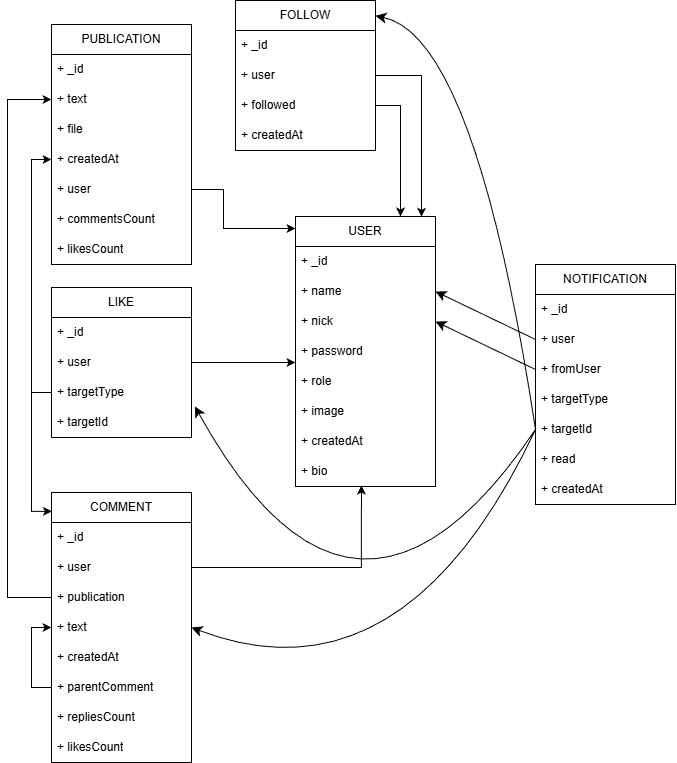
Before: api-rest/database/Diagram.drawio.png, a diagram exported from draw.io (Ezagu/red-social). Source tidied: cells renumbered, new cells last; positions are measured from the earlier drawing's top-left corner, leaving out a move shared by most shapes.
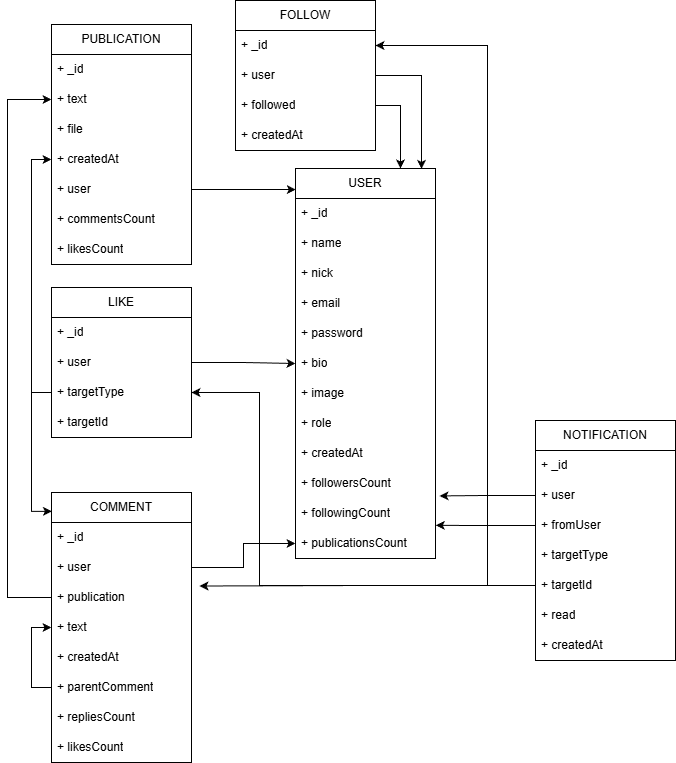
The same diagram one commit later.

What changed in the source:
```diff
@@ -3,7 +3,7 @@
     <mxCell id="0" />
     <mxCell id="1" parent="0" />
     <mxCell id="2" value="USER" style="swimlane;fontStyle=0;horizontal=1;startSize=30;whiteSpace=wrap;html=1;" parent="1" vertex="1">
-      <mxGeometry x="288" y="216" width="140" height="270" as="geometry" />
+      <mxGeometry x="288" y="168" width="140" height="390" as="geometry" />
     </mxCell>
     <mxCell id="3" value="+ _id" style="text;strokeColor=none;fillColor=none;align=left;verticalAlign=middle;spacingLeft=4;spacingRight=4;overflow=hidden;whiteSpace=wrap;html=1;" parent="2" vertex="1">
       <mxGeometry y="30" width="140" height="30" as="geometry" />
@@ -14,21 +14,33 @@
     <mxCell id="5" value="+ nick" style="text;strokeColor=none;fillColor=none;align=left;verticalAlign=middle;spacingLeft=4;spacingRight=4;overflow=hidden;points=[[0,0.5],[1,0.5]];portConstraint=eastwest;whiteSpace=wrap;html=1;" parent="2" vertex="1">
       <mxGeometry y="90" width="140" height="30" as="geometry" />
     </mxCell>
+    <mxCell id="61" value="+ email" style="text;strokeColor=none;fillColor=none;align=left;verticalAlign=middle;spacingLeft=4;spacingRight=4;overflow=hidden;whiteSpace=wrap;html=1;" parent="2" vertex="1">
+      <mxGeometry y="120" width="140" height="30" as="geometry" />
+    </mxCell>
     <mxCell id="6" value="+ password" style="text;strokeColor=none;fillColor=none;align=left;verticalAlign=middle;spacingLeft=4;spacingRight=4;overflow=hidden;points=[[0,0.5],[1,0.5]];portConstraint=eastwest;whiteSpace=wrap;html=1;" parent="2" vertex="1">
-      <mxGeometry y="120" width="140" height="30" as="geometry" />
+      <mxGeometry y="150" width="140" height="30" as="geometry" />
     </mxCell>
+    <mxCell id="10" value="+ bio" style="text;strokeColor=none;fillColor=none;align=left;verticalAlign=middle;spacingLeft=4;spacingRight=4;overflow=hidden;points=[[0,0.5],[1,0.5]];portConstraint=eastwest;whiteSpace=wrap;html=1;" parent="2" vertex="1">
+      <mxGeometry y="180" width="140" height="30" as="geometry" />
+    </mxCell>
+    <mxCell id="8" value="+ image" style="text;strokeColor=none;fillColor=none;align=left;verticalAlign=middle;spacingLeft=4;spacingRight=4;overflow=hidden;whiteSpace=wrap;html=1;" parent="2" vertex="1">
+      <mxGeometry y="210" width="140" height="30" as="geometry" />
+    </mxCell>
     <mxCell id="7" value="+ role" style="text;strokeColor=none;fillColor=none;align=left;verticalAlign=middle;spacingLeft=4;spacingRight=4;overflow=hidden;whiteSpace=wrap;html=1;" parent="2" vertex="1">
-      <mxGeometry y="150" width="140" height="30" as="geometry" />
+      <mxGeometry y="240" width="140" height="30" as="geometry" />
     </mxCell>
-    <mxCell id="8" value="+ image" style="text;strokeColor=none;fillColor=none;align=left;verticalAlign=middle;spacingLeft=4;spacingRight=4;overflow=hidden;whiteSpace=wrap;html=1;" parent="2" vertex="1">
-      <mxGeometry y="180" width="140" height="30" as="geometry" />
-    </mxCell>
     <mxCell id="9" value="+ createdAt" style="text;strokeColor=none;fillColor=none;align=left;verticalAlign=middle;spacingLeft=4;spacingRight=4;overflow=hidden;whiteSpace=wrap;html=1;" parent="2" vertex="1">
-      <mxGeometry y="210" width="140" height="30" as="geometry" />
+      <mxGeometry y="270" width="140" height="30" as="geometry" />
     </mxCell>
-    <mxCell id="10" value="+ bio" style="text;strokeColor=none;fillColor=none;align=left;verticalAlign=middle;spacingLeft=4;spacingRight=4;overflow=hidden;points=[[0,0.5],[1,0.5]];portConstraint=eastwest;whiteSpace=wrap;html=1;" parent="2" vertex="1">
-      <mxGeometry y="240" width="140" height="30" as="geometry" />
-    </mxCell>
+    <mxCell id="62" value="+ followersCount" style="text;strokeColor=none;fillColor=none;align=left;verticalAlign=middle;spacingLeft=4;spacingRight=4;overflow=hidden;whiteSpace=wrap;html=1;" parent="2" vertex="1">
+      <mxGeometry y="300" width="140" height="30" as="geometry" />
+    </mxCell>
+    <mxCell id="63" value="+ followingCount" style="text;strokeColor=none;fillColor=none;align=left;verticalAlign=middle;spacingLeft=4;spacingRight=4;overflow=hidden;points=[[0,0.5],[1,0.5]];portConstraint=eastwest;whiteSpace=wrap;html=1;" parent="2" vertex="1">
+      <mxGeometry y="330" width="140" height="30" as="geometry" />
+    </mxCell>
+    <mxCell id="64" value="+ publicationsCount" style="text;strokeColor=none;fillColor=none;align=left;verticalAlign=middle;spacingLeft=4;spacingRight=4;overflow=hidden;points=[[0,0.5],[1,0.5]];portConstraint=eastwest;whiteSpace=wrap;html=1;" parent="2" vertex="1">
+      <mxGeometry y="360" width="140" height="30" as="geometry" />
+    </mxCell>
     <mxCell id="11" value="PUBLICATION" style="swimlane;fontStyle=0;horizontal=1;startSize=30;whiteSpace=wrap;html=1;" parent="1" vertex="1">
       <mxGeometry x="44" y="24" width="140" height="240" as="geometry" />
     </mxCell>
@@ -125,19 +137,6 @@
     <mxCell id="42" style="edgeStyle=orthogonalEdgeStyle;rounded=0;jettySize=auto;html=1;entryX=0;entryY=0.5;entryDx=0;entryDy=0;" parent="1" edge="1" source="28" target="15">
       <mxGeometry relative="1" as="geometry" />
     </mxCell>
-    <mxCell id="43" style="edgeStyle=orthogonalEdgeStyle;rounded=0;jettySize=auto;html=1;exitX=1;exitY=0.5;exitDx=0;exitDy=0;" parent="1" edge="1" source="16">
-      <mxGeometry relative="1" as="geometry">
-        <mxPoint x="288" y="228" as="targetPoint" />
-        <Array as="points">
-          <mxPoint x="216" y="189" />
-          <mxPoint x="216" y="228" />
-          <mxPoint x="288" y="228" />
-        </Array>
-      </mxGeometry>
-    </mxCell>
-    <mxCell id="44" style="edgeStyle=orthogonalEdgeStyle;rounded=0;jettySize=auto;html=1;entryX=0.471;entryY=0.967;entryDx=0;entryDy=0;entryPerimeter=0;" parent="1" edge="1" source="33" target="10">
-      <mxGeometry relative="1" as="geometry" />
-    </mxCell>
     <mxCell id="45" style="edgeStyle=orthogonalEdgeStyle;rounded=0;jettySize=auto;html=1;entryX=0;entryY=0.5;entryDx=0;entryDy=0;" parent="1" edge="1" source="34" target="13">
       <mxGeometry relative="1" as="geometry">
         <Array as="points">
@@ -146,14 +145,11 @@
         </Array>
       </mxGeometry>
     </mxCell>
-    <mxCell id="46" style="edgeStyle=orthogonalEdgeStyle;rounded=0;jettySize=auto;html=1;exitX=1;exitY=0.5;exitDx=0;exitDy=0;entryX=0;entryY=0.867;entryDx=0;entryDy=0;entryPerimeter=0;" parent="1" edge="1" source="27" target="6">
-      <mxGeometry relative="1" as="geometry" />
-    </mxCell>
     <mxCell id="47" style="edgeStyle=orthogonalEdgeStyle;rounded=0;jettySize=auto;html=1;entryX=0.9;entryY=0.001;entryDx=0;entryDy=0;entryPerimeter=0;" parent="1" edge="1" source="21" target="2">
       <mxGeometry relative="1" as="geometry" />
     </mxCell>
     <mxCell id="48" value="NOTIFICATION" style="swimlane;fontStyle=0;horizontal=1;startSize=30;whiteSpace=wrap;html=1;" parent="1" vertex="1">
-      <mxGeometry x="528" y="264" width="140" height="240" as="geometry" />
+      <mxGeometry x="528" y="420" width="140" height="240" as="geometry" />
     </mxCell>
     <mxCell id="49" value="+ _id" style="text;strokeColor=none;fillColor=none;align=left;verticalAlign=middle;spacingLeft=4;spacingRight=4;overflow=hidden;whiteSpace=wrap;html=1;" parent="48" vertex="1">
       <mxGeometry y="30" width="140" height="30" as="geometry" />
@@ -176,32 +172,39 @@
     <mxCell id="55" value="+ createdAt" style="text;strokeColor=none;fillColor=none;align=left;verticalAlign=middle;spacingLeft=4;spacingRight=4;overflow=hidden;whiteSpace=wrap;html=1;" parent="48" vertex="1">
       <mxGeometry y="210" width="140" height="30" as="geometry" />
     </mxCell>
-    <mxCell id="56" style="endArrow=classic;html=1;rounded=0;fontSize=12;startSize=8;endSize=8;curved=1;exitX=0;exitY=0.5;exitDx=0;exitDy=0;entryX=1;entryY=0.5;entryDx=0;entryDy=0;" parent="1" edge="1" source="50" target="4">
-      <mxGeometry relative="1" as="geometry" />
-    </mxCell>
-    <mxCell id="57" style="edgeStyle=none;curved=1;rounded=0;jettySize=auto;html=1;entryX=1;entryY=0.5;entryDx=0;entryDy=0;fontSize=12;startSize=8;endSize=8;exitX=0;exitY=0.5;exitDx=0;exitDy=0;" parent="1" edge="1" source="51" target="5">
-      <mxGeometry relative="1" as="geometry" />
-    </mxCell>
-    <mxCell id="58" style="edgeStyle=none;curved=1;rounded=0;jettySize=auto;html=1;entryX=1;entryY=0.5;entryDx=0;entryDy=0;fontSize=12;startSize=8;endSize=8;exitX=0;exitY=0.5;exitDx=0;exitDy=0;" parent="1" edge="1" source="53" target="35">
-      <mxGeometry relative="1" as="geometry">
-        <Array as="points">
-          <mxPoint x="396" y="708" />
-        </Array>
-      </mxGeometry>
-    </mxCell>
-    <mxCell id="59" style="edgeStyle=none;curved=1;rounded=0;jettySize=auto;html=1;exitX=0;exitY=0.5;exitDx=0;exitDy=0;entryX=1;entryY=0.102;entryDx=0;entryDy=0;entryPerimeter=0;fontSize=12;startSize=8;endSize=8;" parent="1" edge="1" source="53" target="19">
-      <mxGeometry relative="1" as="geometry">
-        <Array as="points">
-          <mxPoint x="468" y="36" />
-        </Array>
-      </mxGeometry>
-    </mxCell>
-    <mxCell id="60" style="edgeStyle=none;curved=1;rounded=0;jettySize=auto;html=1;exitX=0;exitY=0.5;exitDx=0;exitDy=0;entryX=1.024;entryY=-0.039;entryDx=0;entryDy=0;entryPerimeter=0;fontSize=12;startSize=8;endSize=8;" parent="1" edge="1" source="53" target="29">
-      <mxGeometry relative="1" as="geometry">
-        <Array as="points">
-          <mxPoint x="348" y="696" />
-        </Array>
-      </mxGeometry>
-    </mxCell>
+    <mxCell id="65" style="edgeStyle=orthogonalEdgeStyle;rounded=0;jettySize=auto;html=1;exitX=1;exitY=0.5;exitDx=0;exitDy=0;entryX=0;entryY=0.5;entryDx=0;entryDy=0;" parent="1" edge="1" source="33" target="64">
+      <mxGeometry relative="1" as="geometry" />
+    </mxCell>
+    <mxCell id="66" style="edgeStyle=orthogonalEdgeStyle;rounded=0;jettySize=auto;html=1;exitX=0;exitY=0.5;exitDx=0;exitDy=0;entryX=1;entryY=0.5;entryDx=0;entryDy=0;" parent="1" edge="1" source="53" target="28">
+      <mxGeometry relative="1" as="geometry">
+        <Array as="points">
+          <mxPoint x="252" y="585" />
+          <mxPoint x="252" y="392" />
+        </Array>
+      </mxGeometry>
+    </mxCell>
+    <mxCell id="67" style="edgeStyle=orthogonalEdgeStyle;rounded=0;jettySize=auto;html=1;exitX=0;exitY=0.5;exitDx=0;exitDy=0;entryX=1.029;entryY=-0.086;entryDx=0;entryDy=0;entryPerimeter=0;" parent="1" edge="1" source="50" target="63">
+      <mxGeometry relative="1" as="geometry" />
+    </mxCell>
+    <mxCell id="68" style="edgeStyle=orthogonalEdgeStyle;rounded=0;jettySize=auto;html=1;exitX=0;exitY=0.5;exitDx=0;exitDy=0;entryX=1.002;entryY=0.896;entryDx=0;entryDy=0;entryPerimeter=0;" parent="1" edge="1" source="51" target="63">
+      <mxGeometry relative="1" as="geometry" />
+    </mxCell>
+    <mxCell id="69" style="edgeStyle=orthogonalEdgeStyle;rounded=0;jettySize=auto;html=1;exitX=0;exitY=0.5;exitDx=0;exitDy=0;entryX=1;entryY=0.5;entryDx=0;entryDy=0;" parent="1" edge="1" source="53" target="20">
+      <mxGeometry relative="1" as="geometry">
+        <Array as="points">
+          <mxPoint x="480" y="585" />
+          <mxPoint x="480" y="45" />
+        </Array>
+      </mxGeometry>
+    </mxCell>
+    <mxCell id="70" style="edgeStyle=orthogonalEdgeStyle;rounded=0;jettySize=auto;html=1;exitX=1;exitY=0.5;exitDx=0;exitDy=0;entryX=0;entryY=0.5;entryDx=0;entryDy=0;" parent="1" edge="1" source="27" target="10">
+      <mxGeometry relative="1" as="geometry" />
+    </mxCell>
+    <mxCell id="71" style="edgeStyle=orthogonalEdgeStyle;rounded=0;jettySize=auto;html=1;exitX=1;exitY=0.5;exitDx=0;exitDy=0;entryX=0.002;entryY=0.054;entryDx=0;entryDy=0;entryPerimeter=0;" parent="1" edge="1" source="16" target="2">
+      <mxGeometry relative="1" as="geometry" />
+    </mxCell>
+    <mxCell id="72" style="edgeStyle=orthogonalEdgeStyle;rounded=0;jettySize=auto;html=1;exitX=0;exitY=0.5;exitDx=0;exitDy=0;entryX=1.057;entryY=0.117;entryDx=0;entryDy=0;entryPerimeter=0;" parent="1" edge="1" source="53" target="34">
+      <mxGeometry relative="1" as="geometry" />
+    </mxCell>
   </root>
 </mxGraphModel>
```
